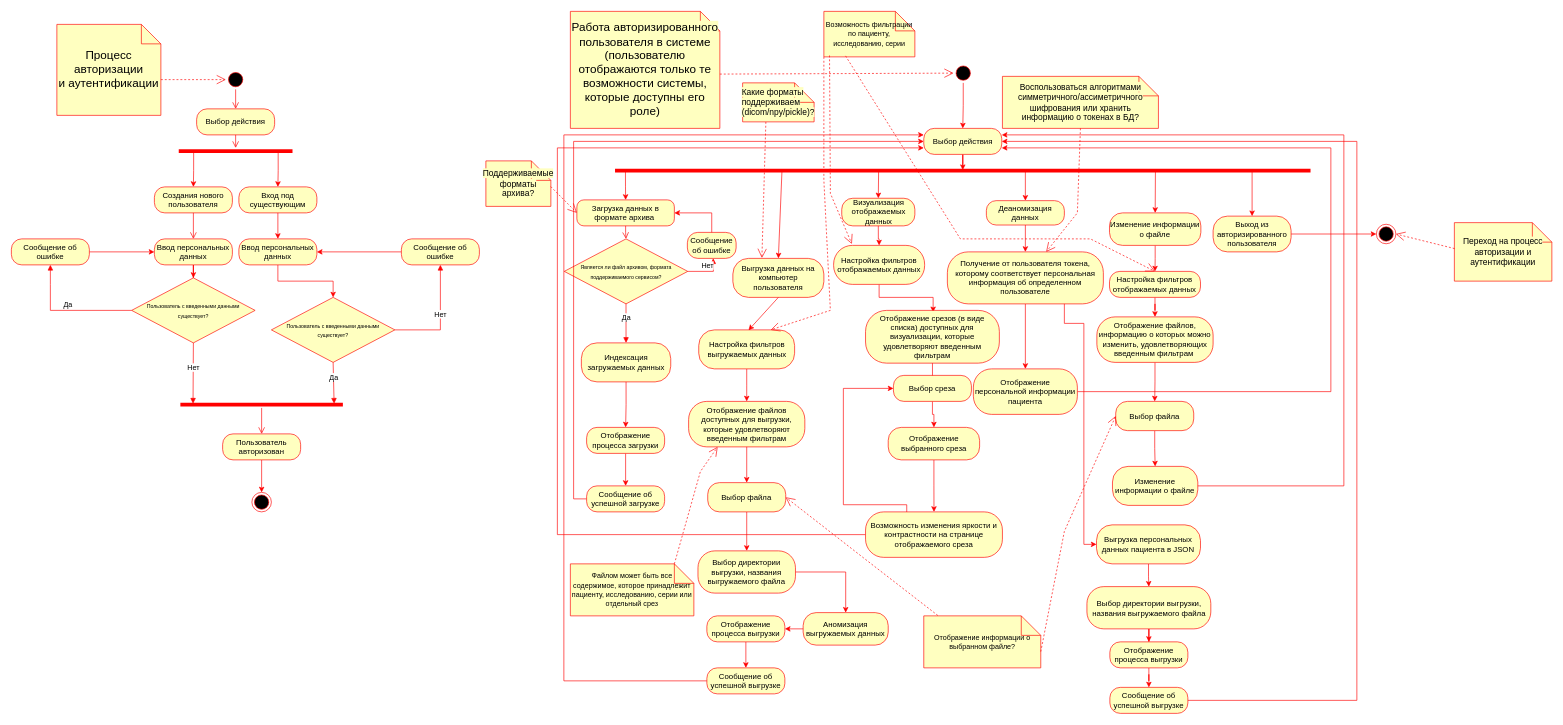
This is Diagrams/ActivityDiagram.drawio from citec-spbu/MedicalDataService, a draw.io file, before an edit. Source tidied: cells renumbered, new cells numbered last; positions are measured from the earlier drawing's top-left corner, leaving out a move shared by most shapes. Both pictures are drawn from the tidied source at 65%, with x=0, y=0 at pixel (11, 11).
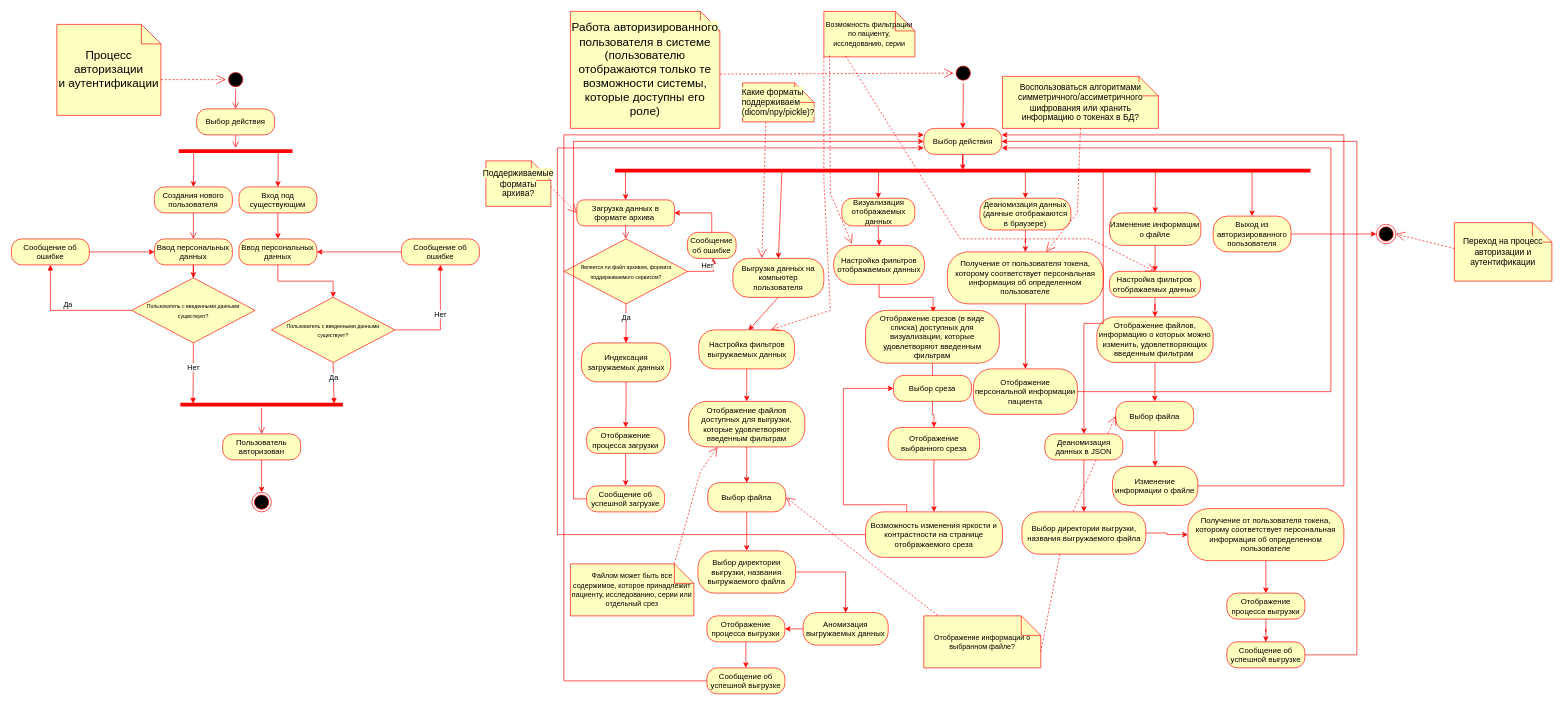
After the change.

Commit message (it also covers changes not shown here):
fix: Sequence and activity diagram updated

The change refers to these unchanged cells:
```xml
<mxCell id="39" value="Выбор действия" style="rounded=1;whiteSpace=wrap;html=1;arcSize=40;fontColor=#000000;fillColor=#ffffc0;strokeColor=#ff0000;" parent="1" vertex="1">
  <mxGeometry x="1403.7" y="180" width="120" height="40" as="geometry" />
</mxCell>
<mxCell id="40" style="shape=line;html=1;strokeWidth=6;strokeColor=#ff0000;" parent="1" vertex="1">
  <mxGeometry x="928.7" y="240" width="1070" height="10" as="geometry" />
</mxCell>
<mxCell id="90" value="Получение от пользователя токена, которому соответствует персональная информация об определенном пользователе" style="rounded=1;whiteSpace=wrap;html=1;arcSize=40;fontColor=#000000;fillColor=#ffffc0;strokeColor=#ff0000;" parent="1" vertex="1">
  <mxGeometry x="1440" y="370" width="240" height="80" as="geometry" />
</mxCell>
```

What changed in the source:
```diff
@@
-    <mxCell id="88" value="Деаномизация данных" style="rounded=1;whiteSpace=wrap;html=1;arcSize=40;fontColor=#000000;fillColor=#ffffc0;strokeColor=#ff0000;" parent="1" vertex="1">
-      <mxGeometry x="1500" y="291.2" width="120" height="37.5" as="geometry" />
+    <mxCell id="88" value="Деаномизация данных (данные отображаются в браузере)" style="rounded=1;whiteSpace=wrap;html=1;arcSize=40;fontColor=#000000;fillColor=#ffffc0;strokeColor=#ff0000;" parent="1" vertex="1">
+      <mxGeometry x="1490" y="287.5" width="140" height="48.8" as="geometry" />
     </mxCell>
@@
-    <mxCell id="125" style="edgeStyle=orthogonalEdgeStyle;rounded=0;jettySize=auto;html=1;strokeColor=#FF0000;exitX=0.75;exitY=1;exitDx=0;exitDy=0;" parent="1" edge="1" source="90" target="127">
+    <mxCell id="125" style="edgeStyle=orthogonalEdgeStyle;rounded=0;jettySize=auto;html=1;strokeColor=#FF0000;exitX=0.702;exitY=0.667;exitDx=0;exitDy=0;exitPerimeter=0;entryX=0.5;entryY=0;entryDx=0;entryDy=0;" parent="1" edge="1" source="40" target="134">
       <mxGeometry relative="1" as="geometry">
         <Array as="points">
-          <mxPoint x="1620" y="480" />
+          <mxPoint x="1680" y="480" />
           <mxPoint x="1650" y="480" />
         </Array>
       </mxGeometry>
     </mxCell>
-    <mxCell id="126" style="edgeStyle=orthogonalEdgeStyle;rounded=0;jettySize=auto;html=1;fillColor=#e51400;strokeColor=#FF0000;" parent="1" edge="1" source="127" target="129">
-      <mxGeometry relative="1" as="geometry" />
-    </mxCell>
-    <mxCell id="127" value="Выгрузка персональных данных пациента в JSON" style="rounded=1;whiteSpace=wrap;html=1;arcSize=40;fontColor=#000000;fillColor=#ffffc0;strokeColor=#ff0000;" parent="1" vertex="1">
-      <mxGeometry x="1669.4" y="790" width="160" height="60" as="geometry" />
-    </mxCell>
-    <mxCell id="128" style="edgeStyle=orthogonalEdgeStyle;rounded=0;jettySize=auto;html=1;strokeColor=#FF0000;" parent="1" edge="1" source="129" target="131">
+    <mxCell id="128" style="edgeStyle=orthogonalEdgeStyle;rounded=0;jettySize=auto;html=1;strokeColor=#FF0000;exitX=0.5;exitY=1;exitDx=0;exitDy=0;" parent="1" edge="1" source="136" target="131">
       <mxGeometry relative="1" as="geometry" />
     </mxCell>
     <mxCell id="129" value="Выбор директории выгрузки, названия выгружаемого файла" style="rounded=1;whiteSpace=wrap;html=1;arcSize=40;fontColor=#000000;fillColor=#ffffc0;strokeColor=#ff0000;" parent="1" vertex="1">
-      <mxGeometry x="1654.7" y="885" width="190.6" height="65" as="geometry" />
+      <mxGeometry x="1554.7" y="770" width="190.6" height="65" as="geometry" />
     </mxCell>
@@
     <mxCell id="131" value="Отображение процесса выгрузки" style="rounded=1;whiteSpace=wrap;html=1;arcSize=40;fontColor=#000000;fillColor=#ffffc0;strokeColor=#ff0000;" parent="1" vertex="1">
-      <mxGeometry x="1690" y="970" width="120" height="40" as="geometry" />
+      <mxGeometry x="1870" y="895" width="120" height="40" as="geometry" />
     </mxCell>
     <mxCell id="132" style="edgeStyle=orthogonalEdgeStyle;rounded=0;jettySize=auto;html=1;exitX=1;exitY=0.5;exitDx=0;exitDy=0;entryX=1;entryY=0.5;entryDx=0;entryDy=0;strokeColor=#FF0000;" parent="1" edge="1" source="133" target="39">
       <mxGeometry relative="1" as="geometry">
         <Array as="points">
-          <mxPoint x="2070" y="1060" />
+          <mxPoint x="2070" y="990" />
           <mxPoint x="2070" y="200" />
         </Array>
       </mxGeometry>
     </mxCell>
     <mxCell id="133" value="Сообщение об успешной выгрузке" style="rounded=1;whiteSpace=wrap;html=1;arcSize=40;fontColor=#000000;fillColor=#ffffc0;strokeColor=#ff0000;" parent="1" vertex="1">
-      <mxGeometry x="1690" y="1040" width="120" height="40" as="geometry" />
+      <mxGeometry x="1870" y="970" width="120" height="40" as="geometry" />
     </mxCell>
+    <mxCell id="134" value="Деаномизация данных в JSON" style="rounded=1;whiteSpace=wrap;html=1;arcSize=40;fontColor=#000000;fillColor=#ffffc0;strokeColor=#ff0000;" parent="1" vertex="1">
+      <mxGeometry x="1590" y="650" width="120" height="40" as="geometry" />
+    </mxCell>
+    <mxCell id="135" style="edgeStyle=orthogonalEdgeStyle;rounded=0;jettySize=auto;html=1;strokeColor=#FF0000;exitX=0.5;exitY=1;exitDx=0;exitDy=0;entryX=0.5;entryY=0;entryDx=0;entryDy=0;" parent="1" edge="1" source="134" target="129">
+      <mxGeometry relative="1" as="geometry" />
+    </mxCell>
+    <mxCell id="136" value="Получение от пользователя токена, которому соответствует персональная информация об определенном пользователе" style="rounded=1;whiteSpace=wrap;html=1;arcSize=40;fontColor=#000000;fillColor=#ffffc0;strokeColor=#ff0000;" parent="1" vertex="1">
+      <mxGeometry x="1810" y="765" width="240" height="80" as="geometry" />
+    </mxCell>
+    <mxCell id="137" style="edgeStyle=orthogonalEdgeStyle;rounded=0;jettySize=auto;html=1;strokeColor=#FF0000;exitX=1;exitY=0.5;exitDx=0;exitDy=0;entryX=0;entryY=0.5;entryDx=0;entryDy=0;" parent="1" edge="1" source="129" target="136">
+      <mxGeometry relative="1" as="geometry" />
+    </mxCell>
```
